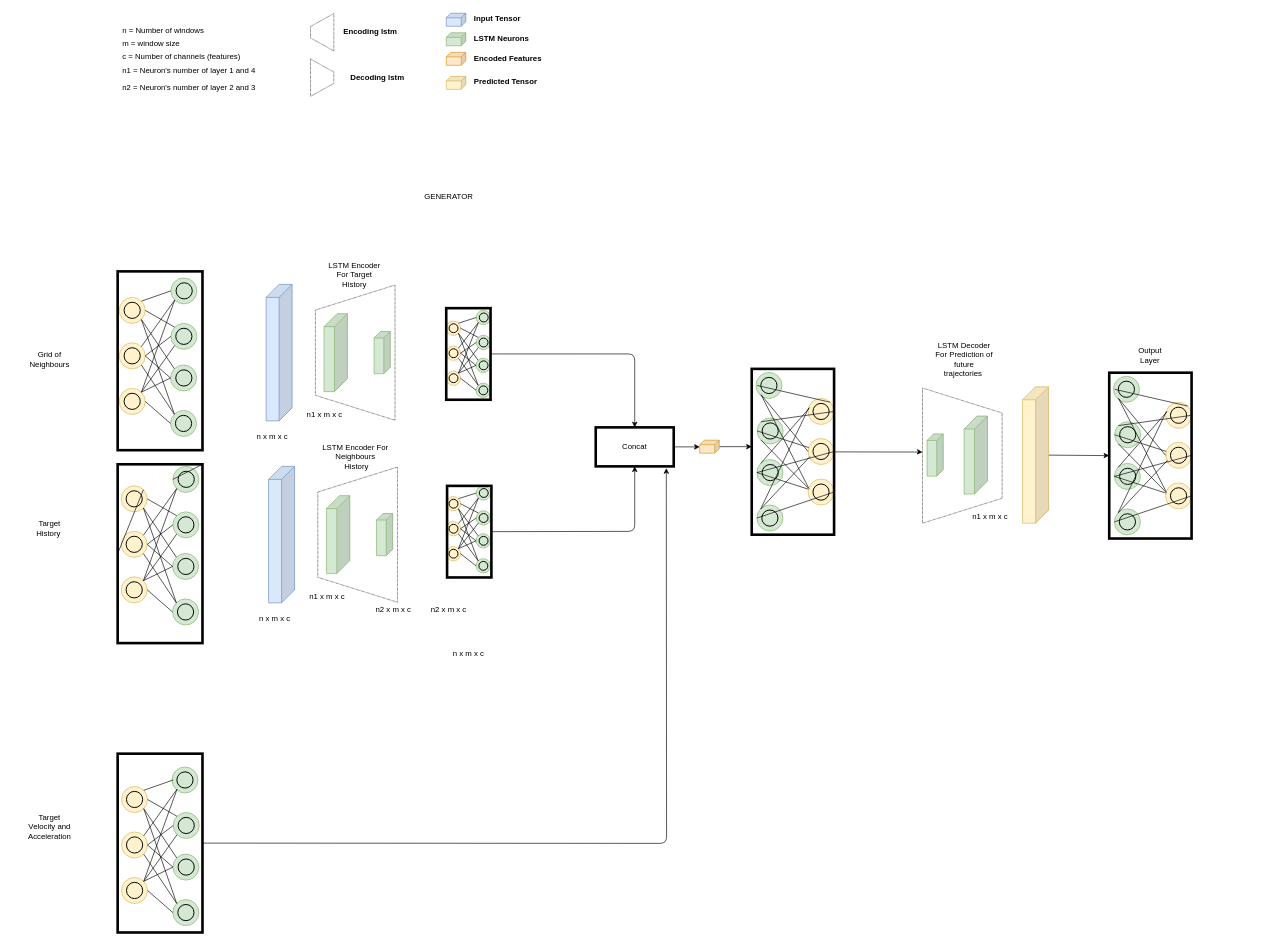
Earlier version of the draw.io diagram Report/images/architecture.drawio (FERROX98/Multimedia-forensics-Vehicle-Trajectory-Forecasting). Source tidied: cells renumbered, new cells numbered last; positions are measured from the earlier drawing's top-left corner, leaving out a move shared by most shapes. Both pictures are drawn from the tidied source at 65%, with x=0, y=0 at pixel (30, 11).
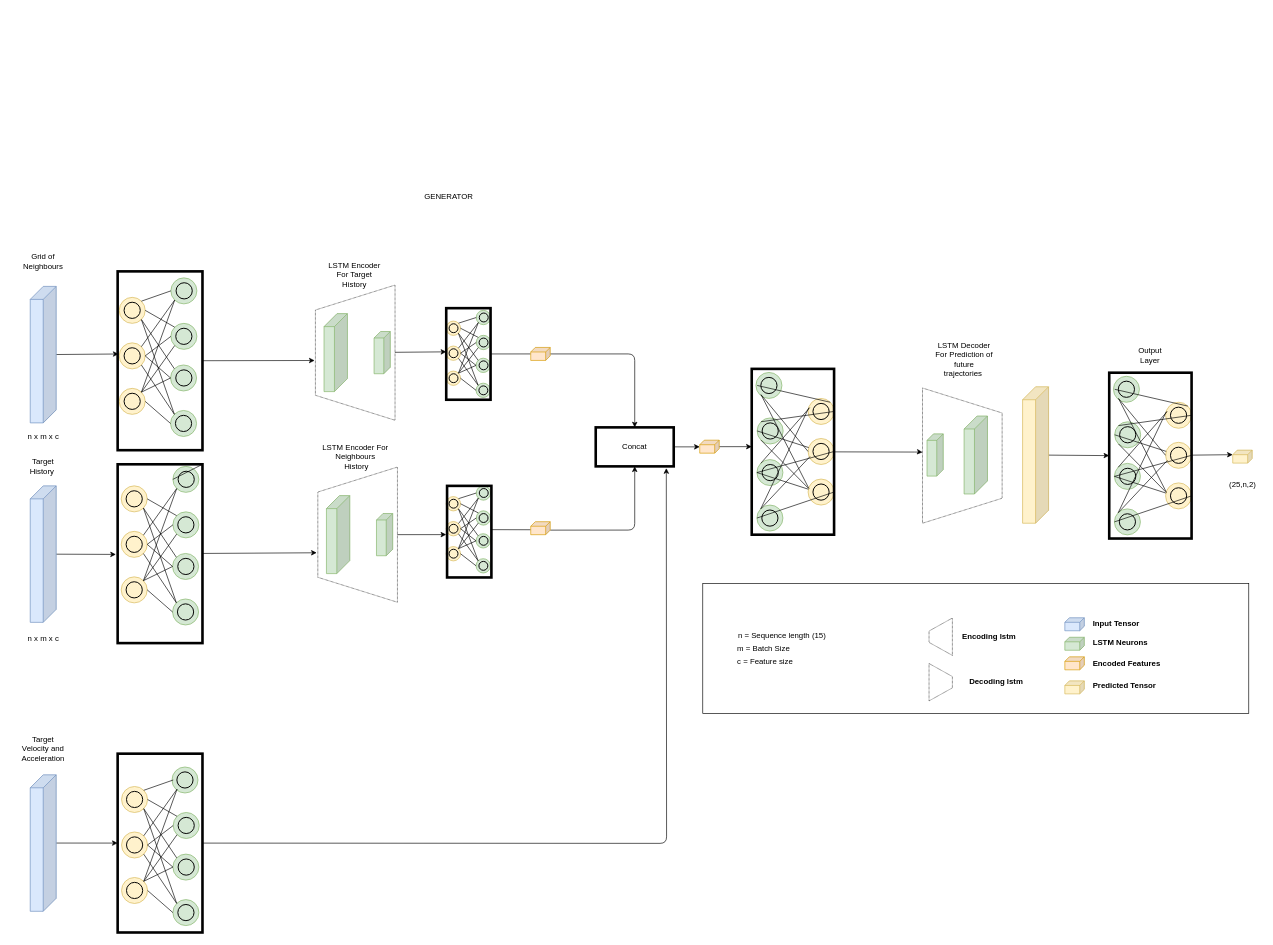
After the change.

The change refers to these unchanged cells:
```xml
<mxCell id="25" style="shape=trapezoid;perimeter=trapezoidPerimeter;whiteSpace=wrap;html=1;fixedSize=1;rotation=90;dashed=1;dashPattern=1 1;fillColor=none;direction=west;size=38.41000000000008;" parent="1" vertex="1">
  <mxGeometry x="399.7" y="743.8" width="208" height="122.5" as="geometry" />
</mxCell>
<mxCell id="40" style="shape=trapezoid;perimeter=trapezoidPerimeter;whiteSpace=wrap;html=1;fixedSize=1;rotation=90;dashed=1;dashPattern=1 1;fillColor=none;direction=west;size=38.41000000000008;" parent="1" vertex="1">
  <mxGeometry x="396" y="463.8" width="208" height="122.5" as="geometry" />
</mxCell>
<mxCell id="73" style="group;" parent="1" vertex="1">
  <mxGeometry x="140" y="700" width="125" height="271.9" as="geometry" />
</mxCell>
<mxCell id="78" style="ellipse;whiteSpace=wrap;html=1;strokeColor=#d6b656;fillColor=#fff2cc;" parent="73" vertex="1">
  <mxGeometry y="30" width="40" height="40" as="geometry" />
</mxCell>
<mxCell id="100" style="rounded=0;whiteSpace=wrap;html=1;strokeWidth=4;fillColor=none;" parent="73" vertex="1">
  <mxGeometry x="-5.5" y="-3.2" width="130.5" height="275.1" as="geometry" />
</mxCell>
<mxCell id="131" style="rounded=0;whiteSpace=wrap;html=1;strokeWidth=4;fillColor=none;" parent="104" vertex="1">
  <mxGeometry y="-3.4" width="68.2" height="140.9" as="geometry" />
</mxCell>
<mxCell id="132" style="group;" parent="1" vertex="1">
  <mxGeometry x="640" y="730" width="84.2" height="274" as="geometry" />
</mxCell>
<mxCell id="187" value="Concat" style="rounded=0;whiteSpace=wrap;html=1;strokeWidth=4;fillColor=none;" parent="1" vertex="1">
  <mxGeometry x="870" y="640" width="120" height="60" as="geometry" />
</mxCell>
<mxCell id="189" style="rounded=0;whiteSpace=wrap;html=1;strokeWidth=4;fillColor=none;" parent="1" vertex="1">
  <mxGeometry x="134.5" y="1142" width="130.5" height="275.1" as="geometry" />
</mxCell>
<mxCell id="190" style="rounded=0;whiteSpace=wrap;html=1;strokeWidth=4;fillColor=none;" parent="1" vertex="1">
  <mxGeometry x="134.5" y="400" width="130.5" height="275.1" as="geometry" />
</mxCell>
<mxCell id="192" style="rounded=0;whiteSpace=wrap;html=1;strokeWidth=4;fillColor=none;" parent="1" vertex="1">
  <mxGeometry x="641.3" y="730" width="68.2" height="140.9" as="geometry" />
</mxCell>
<mxCell id="248" style="rounded=0;whiteSpace=wrap;html=1;strokeWidth=4;fillColor=none;" parent="1" vertex="1">
  <mxGeometry x="1660" y="555.9" width="126.7" height="255.1" as="geometry" />
</mxCell>
```

Diff of the diagram source:
```diff
@@
+    <mxCell id="250" style="edgeStyle=none;html=1;entryX=-0.021;entryY=0.504;entryDx=0;entryDy=0;entryPerimeter=0;" parent="1" edge="1" source="3" target="100">
+      <mxGeometry relative="1" as="geometry" />
+    </mxCell>
     <mxCell id="3" style="shape=cube;whiteSpace=wrap;html=1;boundedLbl=1;backgroundOutline=1;darkOpacity=0.05;darkOpacity2=0.1;size=20;direction=east;flipH=1;fillColor=#dae8fc;strokeColor=#6c8ebf;" parent="1" vertex="1">
-      <mxGeometry x="366.7" y="700" width="40" height="210" as="geometry" />
+      <mxGeometry y="730" width="40" height="210" as="geometry" />
     </mxCell>
@@
     <mxCell id="6" style="shape=cube;whiteSpace=wrap;html=1;boundedLbl=1;backgroundOutline=1;darkOpacity=0.05;darkOpacity2=0.1;size=7;direction=east;flipH=1;fillColor=#dae8fc;strokeColor=#6c8ebf;" parent="1" vertex="1">
-      <mxGeometry x="640.1" y="2.9" width="30" height="20" as="geometry" />
+      <mxGeometry x="1591.7" y="932.9" width="30" height="20" as="geometry" />
     </mxCell>
     <mxCell id="7" style="shape=cube;whiteSpace=wrap;html=1;boundedLbl=1;backgroundOutline=1;darkOpacity=0.05;darkOpacity2=0.1;size=7;direction=east;flipH=1;fillColor=#d5e8d4;strokeColor=#82b366;" parent="1" vertex="1">
-      <mxGeometry x="640.1" y="32.9" width="30" height="20" as="geometry" />
+      <mxGeometry x="1591.7" y="962.9" width="30" height="20" as="geometry" />
     </mxCell>
@@
-    <mxCell id="10" value="n x m x c" style="text;html=1;strokeColor=none;fillColor=none;align=center;verticalAlign=middle;whiteSpace=wrap;rounded=0;" parent="1" vertex="1">
-      <mxGeometry x="326.7" y="920" width="99" height="30" as="geometry" />
-    </mxCell>
     <mxCell id="11" value="Input Tensor" style="text;html=1;strokeColor=none;fillColor=none;align=left;verticalAlign=middle;whiteSpace=wrap;rounded=0;fontStyle=1;" parent="1" vertex="1">
-      <mxGeometry x="681.1" width="138" height="23.9" as="geometry" />
+      <mxGeometry x="1632.7" y="930" width="138" height="23.9" as="geometry" />
     </mxCell>
     <mxCell id="12" value="LSTM Neurons" style="text;html=1;strokeColor=none;fillColor=none;align=left;verticalAlign=middle;whiteSpace=wrap;rounded=0;fontStyle=1;" parent="1" vertex="1">
-      <mxGeometry x="681.1" y="30" width="138" height="23.9" as="geometry" />
+      <mxGeometry x="1632.7" y="960" width="138" height="23.9" as="geometry" />
     </mxCell>
     <mxCell id="13" value="Encoded Features" style="text;html=1;strokeColor=none;fillColor=none;align=left;verticalAlign=middle;whiteSpace=wrap;rounded=0;fontStyle=1;" parent="1" vertex="1">
-      <mxGeometry x="681.1" y="61.1" width="138" height="23.9" as="geometry" />
+      <mxGeometry x="1632.7" y="991.1" width="138" height="23.9" as="geometry" />
     </mxCell>
@@
     <mxCell id="18" style="shape=cube;whiteSpace=wrap;html=1;boundedLbl=1;backgroundOutline=1;darkOpacity=0.05;darkOpacity2=0.1;size=7;direction=east;flipH=1;fillColor=#ffe6cc;strokeColor=#d79b00;" parent="1" vertex="1">
-      <mxGeometry x="640.1" y="63" width="30" height="20" as="geometry" />
+      <mxGeometry x="1591.7" y="993" width="30" height="20" as="geometry" />
     </mxCell>
     <mxCell id="19" style="shape=cube;whiteSpace=wrap;html=1;boundedLbl=1;backgroundOutline=1;darkOpacity=0.05;darkOpacity2=0.1;size=7;direction=east;flipH=1;fillColor=#fff2cc;strokeColor=#d6b656;" parent="1" vertex="1">
-      <mxGeometry x="640.1" y="100" width="30" height="20" as="geometry" />
+      <mxGeometry x="1591.7" y="1030" width="30" height="20" as="geometry" />
     </mxCell>
     <mxCell id="20" value="Predicted Tensor" style="text;html=1;strokeColor=none;fillColor=none;align=left;verticalAlign=middle;whiteSpace=wrap;rounded=0;fontStyle=1;" parent="1" vertex="1">
-      <mxGeometry x="681.1" y="96.1" width="138" height="23.9" as="geometry" />
+      <mxGeometry x="1632.7" y="1026.1" width="138" height="23.9" as="geometry" />
     </mxCell>
@@
     <mxCell id="22" value="&lt;b&gt;Encoding lstm&amp;nbsp;&lt;/b&gt;" style="text;html=1;strokeColor=none;fillColor=none;align=center;verticalAlign=middle;whiteSpace=wrap;rounded=0;dashed=1;dashPattern=1 1;" parent="1" vertex="1">
-      <mxGeometry x="466.9" y="22" width="116" height="20" as="geometry" />
+      <mxGeometry x="1418.5" y="952" width="116" height="20" as="geometry" />
     </mxCell>
     <mxCell id="23" value="&lt;b&gt;Decoding lstm&amp;nbsp;&lt;/b&gt;" style="text;html=1;strokeColor=none;fillColor=none;align=center;verticalAlign=middle;whiteSpace=wrap;rounded=0;dashed=1;dashPattern=1 1;" parent="1" vertex="1">
-      <mxGeometry x="477.9" y="92" width="116" height="20" as="geometry" />
+      <mxGeometry x="1429.5" y="1022" width="116" height="20" as="geometry" />
     </mxCell>
     <mxCell id="24" style="shape=trapezoid;perimeter=trapezoidPerimeter;whiteSpace=wrap;html=1;fixedSize=1;dashed=1;dashPattern=1 1;fillColor=none;rotation=-90;" parent="1" vertex="1">
-      <mxGeometry x="420.4" y="14.1" width="57.5" height="35.9" as="geometry" />
+      <mxGeometry x="1372" y="944.1" width="57.5" height="35.9" as="geometry" />
     </mxCell>
+    <mxCell id="251" style="edgeStyle=none;html=1;" parent="1" edge="1" source="25">
+      <mxGeometry relative="1" as="geometry">
+        <mxPoint x="640" y="805" as="targetPoint" />
+      </mxGeometry>
+    </mxCell>
@@
     <mxCell id="26" style="shape=trapezoid;perimeter=trapezoidPerimeter;whiteSpace=wrap;html=1;fixedSize=1;dashed=1;dashPattern=1 1;fillColor=none;rotation=-90;direction=west;" parent="1" vertex="1">
-      <mxGeometry x="420.4" y="84.1" width="57.5" height="35.9" as="geometry" />
+      <mxGeometry x="1372" y="1014.1" width="57.5" height="35.9" as="geometry" />
     </mxCell>
-    <mxCell id="27" value="n1 x m x c" style="text;html=1;strokeColor=none;fillColor=none;align=center;verticalAlign=middle;whiteSpace=wrap;rounded=0;dashed=1;dashPattern=1 1;" parent="1" vertex="1">
-      <mxGeometry x="416.7" y="890" width="80" height="20" as="geometry" />
-    </mxCell>
-    <mxCell id="28" value="n2&amp;nbsp;x m x c" style="text;html=1;strokeColor=none;fillColor=none;align=center;verticalAlign=middle;whiteSpace=wrap;rounded=0;dashed=1;dashPattern=1 1;" parent="1" vertex="1">
-      <mxGeometry x="518.7" y="910" width="80" height="20" as="geometry" />
-    </mxCell>
-    <mxCell id="29" value="n2&amp;nbsp;x m x c" style="text;html=1;strokeColor=none;fillColor=none;align=center;verticalAlign=middle;whiteSpace=wrap;rounded=0;dashed=1;dashPattern=1 1;" parent="1" vertex="1">
-      <mxGeometry x="603.9" y="910" width="80" height="20" as="geometry" />
-    </mxCell>
-    <mxCell id="30" value="n1 x m x c" style="text;html=1;strokeColor=none;fillColor=none;align=center;verticalAlign=middle;whiteSpace=wrap;rounded=0;dashed=1;dashPattern=1 1;" parent="1" vertex="1">
-      <mxGeometry x="1436.7" y="767.5" width="80" height="20" as="geometry" />
-    </mxCell>
-    <mxCell id="31" value="n = Number of windows&amp;nbsp;" style="text;html=1;strokeColor=none;fillColor=none;align=center;verticalAlign=middle;whiteSpace=wrap;rounded=0;dashed=1;dashPattern=1 1;" parent="1" vertex="1">
-      <mxGeometry x="128.4" y="20" width="156.5" height="20" as="geometry" />
+    <mxCell id="31" value="n = Sequence length (15)&amp;nbsp;" style="text;html=1;strokeColor=none;fillColor=none;align=center;verticalAlign=middle;whiteSpace=wrap;rounded=0;dashed=1;dashPattern=1 1;" parent="1" vertex="1">
+      <mxGeometry x="1080" y="950" width="156.5" height="20" as="geometry" />
     </mxCell>
-    <mxCell id="32" value="m = window size&amp;nbsp;&amp;nbsp;" style="text;html=1;strokeColor=none;fillColor=none;align=left;verticalAlign=middle;whiteSpace=wrap;rounded=0;dashed=1;dashPattern=1 1;" parent="1" vertex="1">
-      <mxGeometry x="140.4" y="40" width="140" height="20" as="geometry" />
+    <mxCell id="32" value="m = Batch Size&amp;nbsp;" style="text;html=1;strokeColor=none;fillColor=none;align=left;verticalAlign=middle;whiteSpace=wrap;rounded=0;dashed=1;dashPattern=1 1;" parent="1" vertex="1">
+      <mxGeometry x="1086.1" y="970" width="140" height="20" as="geometry" />
     </mxCell>
-    <mxCell id="33" value="c = Number of channels (features)&amp;nbsp;" style="text;html=1;strokeColor=none;fillColor=none;align=left;verticalAlign=middle;whiteSpace=wrap;rounded=0;dashed=1;dashPattern=1 1;" parent="1" vertex="1">
-      <mxGeometry x="140.4" y="60" width="211" height="20" as="geometry" />
+    <mxCell id="33" value="c = Feature size" style="text;html=1;strokeColor=none;fillColor=none;align=left;verticalAlign=middle;whiteSpace=wrap;rounded=0;dashed=1;dashPattern=1 1;" parent="1" vertex="1">
+      <mxGeometry x="1086.1" y="990" width="211" height="20" as="geometry" />
     </mxCell>
-    <mxCell id="34" value="n1 = Neuron's number of layer 1 and 4&amp;nbsp;" style="text;html=1;strokeColor=none;fillColor=none;align=left;verticalAlign=middle;whiteSpace=wrap;rounded=0;dashed=1;dashPattern=1 1;" parent="1" vertex="1">
-      <mxGeometry x="140.4" y="81.1" width="221" height="20" as="geometry" />
-    </mxCell>
-    <mxCell id="35" value="n2 = Neuron's number of layer 2 and 3&amp;nbsp;" style="text;html=1;strokeColor=none;fillColor=none;align=left;verticalAlign=middle;whiteSpace=wrap;rounded=0;dashed=1;dashPattern=1 1;" parent="1" vertex="1">
-      <mxGeometry x="140.4" y="108.2" width="221" height="20" as="geometry" />
-    </mxCell>
+    <mxCell id="252" style="edgeStyle=none;html=1;entryX=0.011;entryY=0.462;entryDx=0;entryDy=0;entryPerimeter=0;" parent="1" edge="1" source="36" target="190">
+      <mxGeometry relative="1" as="geometry" />
+    </mxCell>
     <mxCell id="36" style="shape=cube;whiteSpace=wrap;html=1;boundedLbl=1;backgroundOutline=1;darkOpacity=0.05;darkOpacity2=0.1;size=20;direction=east;flipH=1;fillColor=#dae8fc;strokeColor=#6c8ebf;" parent="1" vertex="1">
-      <mxGeometry x="362.9" y="420" width="40" height="210" as="geometry" />
+      <mxGeometry y="423.1" width="40" height="210" as="geometry" />
     </mxCell>
@@
     <mxCell id="39" value="n x m x c" style="text;html=1;strokeColor=none;fillColor=none;align=center;verticalAlign=middle;whiteSpace=wrap;rounded=0;" parent="1" vertex="1">
-      <mxGeometry x="322.9" y="640" width="99" height="30" as="geometry" />
+      <mxGeometry x="-29.5" y="639" width="99" height="30" as="geometry" />
     </mxCell>
+    <mxCell id="253" style="edgeStyle=none;html=1;entryX=0.001;entryY=0.477;entryDx=0;entryDy=0;entryPerimeter=0;" parent="1" edge="1" source="40" target="131">
+      <mxGeometry relative="1" as="geometry" />
+    </mxCell>
@@
-    <mxCell id="41" value="n1 x m x c" style="text;html=1;strokeColor=none;fillColor=none;align=center;verticalAlign=middle;whiteSpace=wrap;rounded=0;dashed=1;dashPattern=1 1;" parent="1" vertex="1">
-      <mxGeometry x="412.9" y="610" width="80" height="20" as="geometry" />
-    </mxCell>
@@
-    <mxCell id="101" style="endArrow=none;html=1;rounded=0;fontSize=12;exitX=1;exitY=0;exitDx=0;exitDy=0;entryX=0;entryY=0.5;entryDx=0;entryDy=0;" parent="73" edge="1" source="78" target="100">
-      <mxGeometry relative="1" as="geometry" />
-    </mxCell>
     <mxCell id="102" value="Grid of Neighbours" style="text;html=1;strokeColor=none;fillColor=none;align=center;verticalAlign=middle;whiteSpace=wrap;rounded=0;strokeWidth=4;" parent="1" vertex="1">
-      <mxGeometry y="520" width="60" height="30" as="geometry" />
+      <mxGeometry x="-10" y="370" width="60" height="30" as="geometry" />
     </mxCell>
     <mxCell id="103" value="Target History&amp;nbsp;" style="text;html=1;strokeColor=none;fillColor=none;align=center;verticalAlign=middle;whiteSpace=wrap;rounded=0;strokeWidth=4;" parent="1" vertex="1">
-      <mxGeometry y="780" width="60" height="30" as="geometry" />
+      <mxGeometry x="-10" y="685" width="60" height="30" as="geometry" />
     </mxCell>
@@
-    <mxCell id="159" value="n x m x c" style="text;html=1;strokeColor=none;fillColor=none;align=center;verticalAlign=middle;whiteSpace=wrap;rounded=0;" parent="132" vertex="1">
-      <mxGeometry x="-14.8" y="244" width="99" height="30" as="geometry" />
-    </mxCell>
@@
     <mxCell id="185" value="Target Velocity and Acceleration" style="text;html=1;strokeColor=none;fillColor=none;align=center;verticalAlign=middle;whiteSpace=wrap;rounded=0;strokeWidth=4;" parent="1" vertex="1">
-      <mxGeometry y="1240" width="60" height="30" as="geometry" />
+      <mxGeometry x="-10" y="1120" width="60" height="30" as="geometry" />
     </mxCell>
@@
+    <mxCell id="254" style="edgeStyle=none;html=1;entryX=0.442;entryY=-0.01;entryDx=0;entryDy=0;entryPerimeter=0;" parent="1" edge="1" source="190" target="40">
+      <mxGeometry relative="1" as="geometry" />
+    </mxCell>
@@
-    <mxCell id="191" style="edgeStyle=none;html=1;entryX=0.5;entryY=1;entryDx=0;entryDy=0;endArrow=classic;endFill=1;exitX=1;exitY=0.5;exitDx=0;exitDy=0;" parent="1" edge="1" source="192" target="187">
+    <mxCell id="191" style="edgeStyle=none;html=1;entryX=0.5;entryY=1;entryDx=0;entryDy=0;endArrow=classic;endFill=1;exitX=0;exitY=0;exitDx=0;exitDy=13;startArrow=none;exitPerimeter=0;" parent="1" edge="1" source="265" target="187">
       <mxGeometry relative="1" as="geometry">
         <Array as="points">
-          <mxPoint x="930" y="800" />
+          <mxPoint x="930" y="798" />
         </Array>
       </mxGeometry>
     </mxCell>
@@
-    <mxCell id="193" style="edgeStyle=none;html=1;endArrow=classic;endFill=1;" parent="1" edge="1" source="131" target="187">
+    <mxCell id="193" style="edgeStyle=none;html=1;endArrow=classic;endFill=1;startArrow=none;" parent="1" edge="1" source="263" target="187">
       <mxGeometry relative="1" as="geometry">
         <Array as="points">
           <mxPoint x="930" y="527" />
         </Array>
       </mxGeometry>
     </mxCell>
@@
+    <mxCell id="255" style="edgeStyle=none;html=1;entryX=0;entryY=0;entryDx=30;entryDy=7;entryPerimeter=0;" parent="1" edge="1" source="248" target="256">
+      <mxGeometry relative="1" as="geometry" />
+    </mxCell>
@@
+    <mxCell id="256" style="shape=cube;whiteSpace=wrap;html=1;boundedLbl=1;backgroundOutline=1;darkOpacity=0.05;darkOpacity2=0.1;size=7;direction=east;flipH=1;fillColor=#fff2cc;strokeColor=#d6b656;" parent="1" vertex="1">
+      <mxGeometry x="1850" y="675" width="30" height="20" as="geometry" />
+    </mxCell>
+    <mxCell id="257" style="edgeStyle=none;html=1;entryX=0.366;entryY=-0.014;entryDx=0;entryDy=0;entryPerimeter=0;" parent="1" edge="1" source="100" target="25">
+      <mxGeometry relative="1" as="geometry" />
+    </mxCell>
+    <mxCell id="258" style="edgeStyle=none;html=1;entryX=0;entryY=0.5;entryDx=0;entryDy=0;" parent="1" edge="1" source="259" target="189">
+      <mxGeometry relative="1" as="geometry" />
+    </mxCell>
+    <mxCell id="259" style="shape=cube;whiteSpace=wrap;html=1;boundedLbl=1;backgroundOutline=1;darkOpacity=0.05;darkOpacity2=0.1;size=20;direction=east;flipH=1;fillColor=#dae8fc;strokeColor=#6c8ebf;" parent="1" vertex="1">
+      <mxGeometry y="1174.5" width="40" height="210" as="geometry" />
+    </mxCell>
+    <mxCell id="260" value="n x m x c" style="text;html=1;strokeColor=none;fillColor=none;align=center;verticalAlign=middle;whiteSpace=wrap;rounded=0;" parent="1" vertex="1">
+      <mxGeometry x="-29.5" y="950" width="99" height="30" as="geometry" />
+    </mxCell>
+    <mxCell id="261" value="(25,n,2)" style="text;html=1;align=center;verticalAlign=middle;strokeColor=none;fillColor=none;" parent="1" vertex="1">
+      <mxGeometry x="1835" y="712.5" width="60" height="30" as="geometry" />
+    </mxCell>
+    <mxCell id="262" style="edgeStyle=none;html=1;endArrow=none;endFill=1;" parent="1" edge="1" source="131" target="263">
+      <mxGeometry relative="1" as="geometry" />
+    </mxCell>
+    <mxCell id="263" style="shape=cube;whiteSpace=wrap;html=1;boundedLbl=1;backgroundOutline=1;darkOpacity=0.05;darkOpacity2=0.1;size=7;direction=east;flipH=1;fillColor=#ffe6cc;strokeColor=#d79b00;" parent="1" vertex="1">
+      <mxGeometry x="770" y="517" width="30" height="20" as="geometry" />
+    </mxCell>
+    <mxCell id="264" style="edgeStyle=none;html=1;entryX=1;entryY=0.62;entryDx=0;entryDy=0;endArrow=none;endFill=1;entryPerimeter=0;exitX=0.996;exitY=0.478;exitDx=0;exitDy=0;exitPerimeter=0;" parent="1" edge="1" source="192" target="265">
+      <mxGeometry relative="1" as="geometry" />
+    </mxCell>
+    <mxCell id="265" style="shape=cube;whiteSpace=wrap;html=1;boundedLbl=1;backgroundOutline=1;darkOpacity=0.05;darkOpacity2=0.1;size=7;direction=east;flipH=1;fillColor=#ffe6cc;strokeColor=#d79b00;" parent="1" vertex="1">
+      <mxGeometry x="770" y="785.1" width="30" height="20" as="geometry" />
+    </mxCell>
+    <mxCell id="266" style="rounded=0;whiteSpace=wrap;html=1;fillColor=none;strokeColor=#000000;" parent="1" vertex="1">
+      <mxGeometry x="1034.7" y="880" width="840" height="200" as="geometry" />
+    </mxCell>
```
